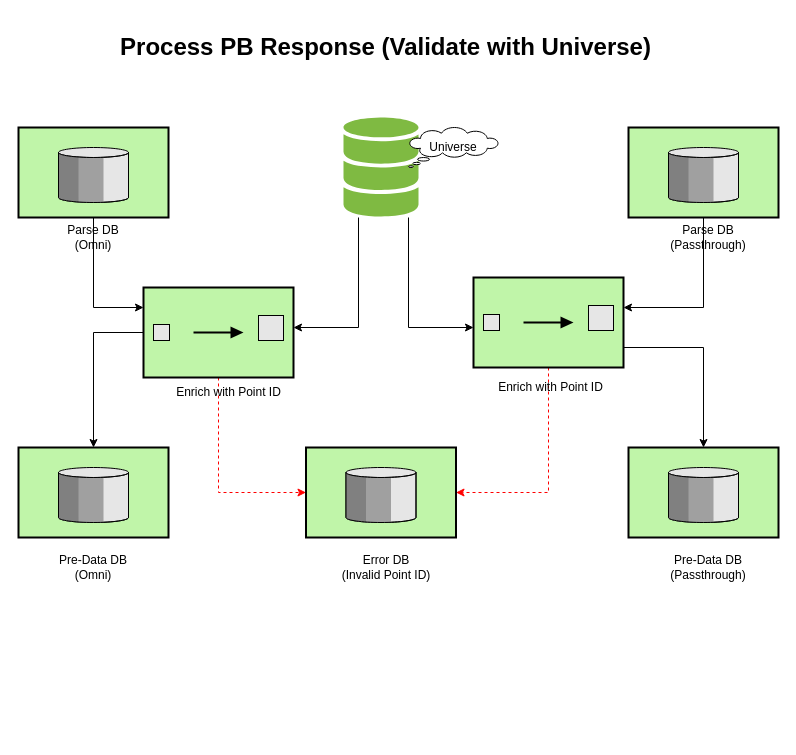
This is CASL_PB_Response_Validate_Universe.drawio from gudiseva/arvind, a draw.io file, before an edit. Source tidied: cells renumbered, new cells numbered last; positions are measured from the earlier drawing's top-left corner, leaving out a move shared by most shapes. Both pictures are drawn from the tidied source at 100%, with x=0, y=0 at pixel (18, 37).
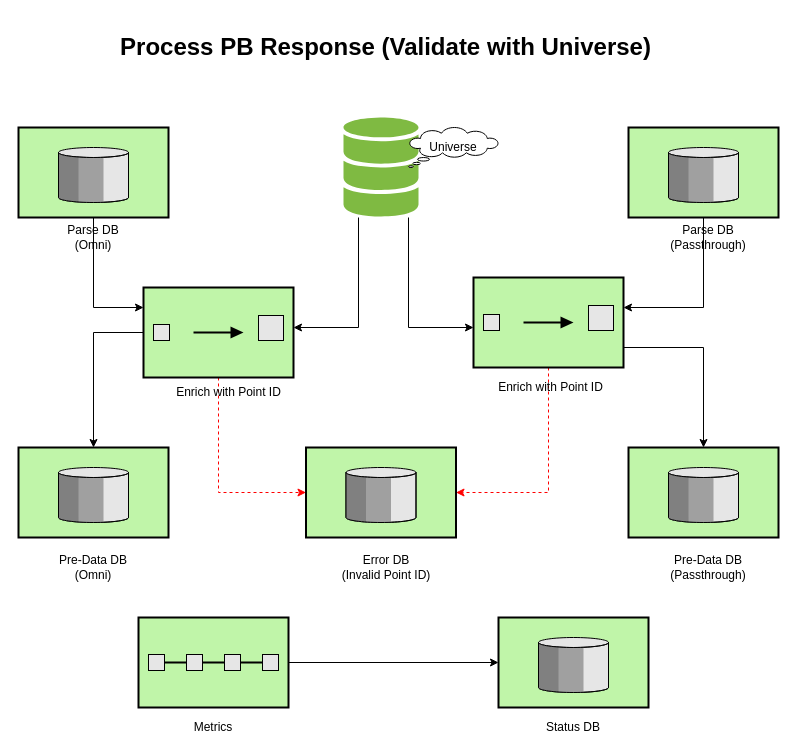
The same diagram, later.

What changed in the source:
```diff
@@
+    <mxCell id="27" style="edgeStyle=orthogonalEdgeStyle;rounded=0;jettySize=auto;html=1;" parent="1" edge="1" source="28" target="29">
+      <mxGeometry relative="1" as="geometry" />
+    </mxCell>
+    <mxCell id="28" style="strokeWidth=2;outlineConnect=0;dashed=0;align=center;fontSize=8;fillColor=#c0f5a9;verticalLabelPosition=bottom;verticalAlign=top;shape=mxgraph.eip.routing_slip;" parent="1" vertex="1">
+      <mxGeometry x="120" y="580" width="150" height="90" as="geometry" />
+    </mxCell>
+    <mxCell id="29" style="strokeWidth=2;outlineConnect=0;dashed=0;align=center;fontSize=8;verticalLabelPosition=bottom;verticalAlign=top;shape=mxgraph.eip.message_store;fillColor=#c0f5a9;" parent="1" vertex="1">
+      <mxGeometry x="480" y="580" width="150" height="90" as="geometry" />
+    </mxCell>
+    <mxCell id="30" value="Status DB" style="text;html=1;strokeColor=none;fillColor=none;align=center;verticalAlign=middle;whiteSpace=wrap;rounded=0;" parent="1" vertex="1">
+      <mxGeometry x="505" y="680" width="100" height="20" as="geometry" />
+    </mxCell>
+    <mxCell id="31" value="Metrics" style="text;html=1;strokeColor=none;fillColor=none;align=center;verticalAlign=middle;whiteSpace=wrap;rounded=0;" parent="1" vertex="1">
+      <mxGeometry x="145" y="680" width="100" height="20" as="geometry" />
+    </mxCell>
```
